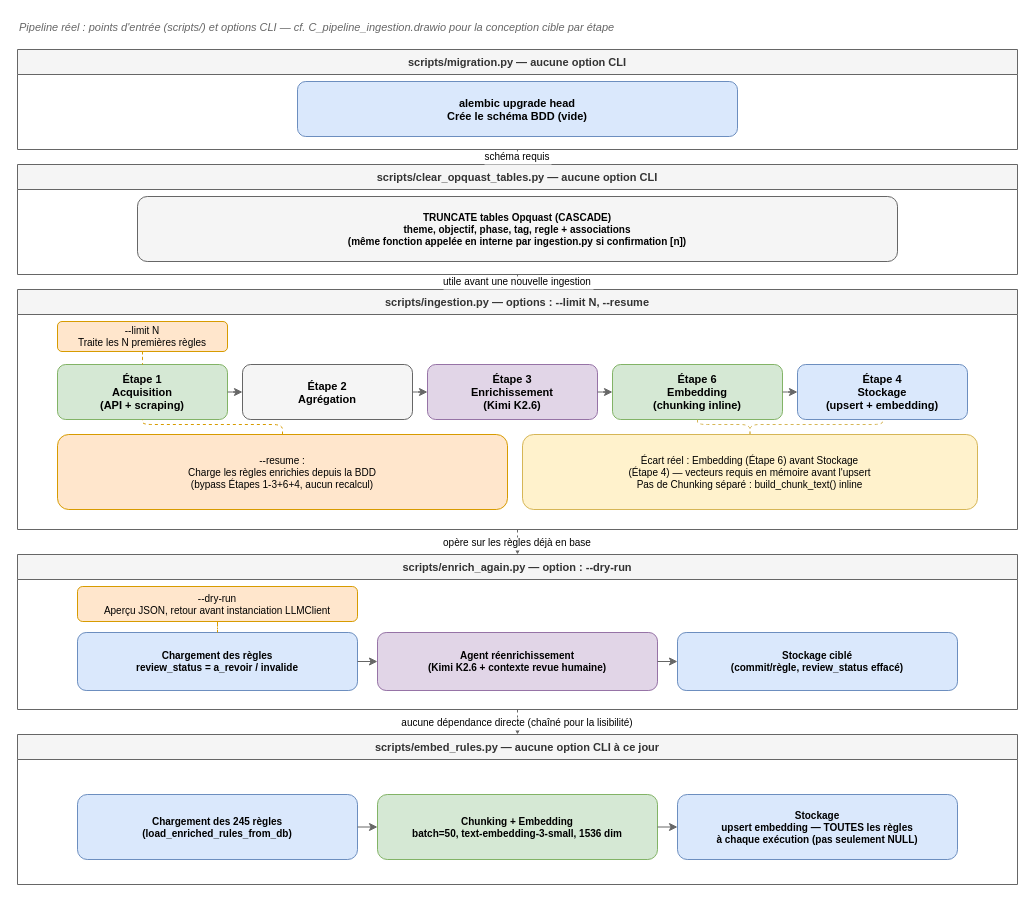
This is docs/schemas/points_entree_cli_reel.drawio from wawawaformation/qualicheck, a draw.io file, before an edit. Source tidied: cells renumbered, new cells numbered last; positions are measured from the earlier drawing's top-left corner, leaving out a move shared by most shapes. Both pictures are drawn from the tidied source at 100%, with x=0, y=0 at pixel (17, 17).
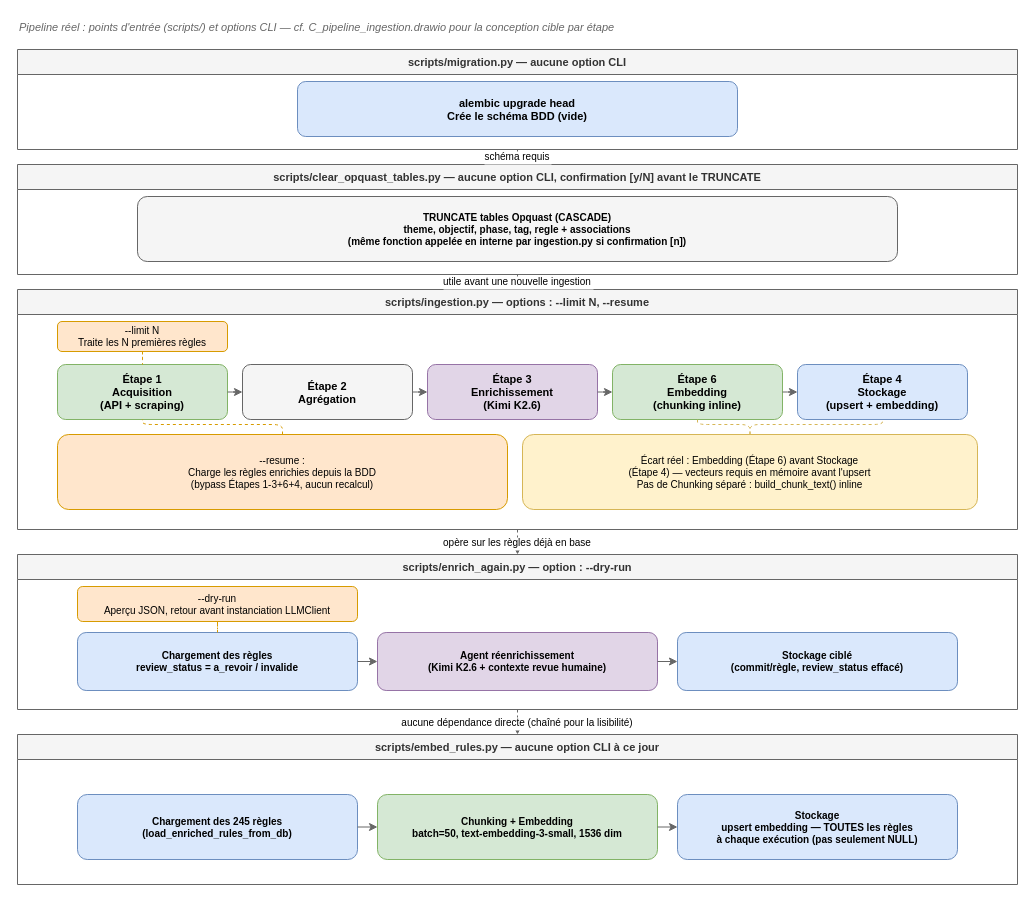
The same page after the edit.

Commit message (it also covers changes not shown here):
feat(scripts): ask for confirmation before clear_opquast_tables empties the referentiel

Change to the diagram source:
```diff
@@
-    <mxCell id="5" value="scripts/clear_opquast_tables.py — aucune option CLI" style="swimlane;startSize=25;fillColor=#f5f5f5;strokeColor=#666666;fontColor=#333333;fontStyle=1;fontSize=11;html=0;" parent="1" vertex="1">
+    <mxCell id="5" value="scripts/clear_opquast_tables.py — aucune option CLI, confirmation [y/N] avant le TRUNCATE" style="swimlane;startSize=25;fillColor=#f5f5f5;strokeColor=#666666;fontColor=#333333;fontStyle=1;fontSize=11;html=0;" parent="1" vertex="1">
       <mxGeometry y="147" width="1000" height="110" as="geometry" />
     </mxCell>
```
